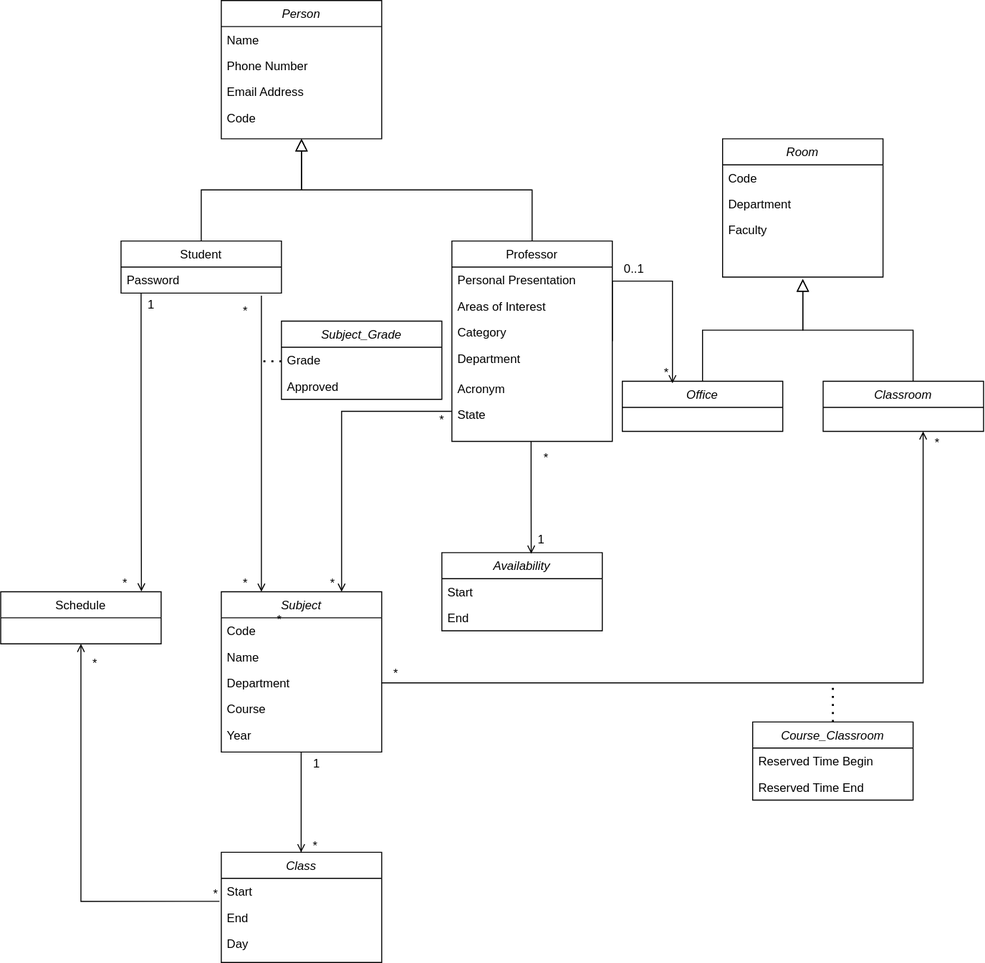
Above: docs/diagrams/SigarraIO_UML.svg in LEIC-ES-2021-22/2LEIC15T1 (draw.io), before the change. Source tidied: cells renumbered, new cells last; positions are measured from the earlier drawing's top-left corner, leaving out a move shared by most shapes.
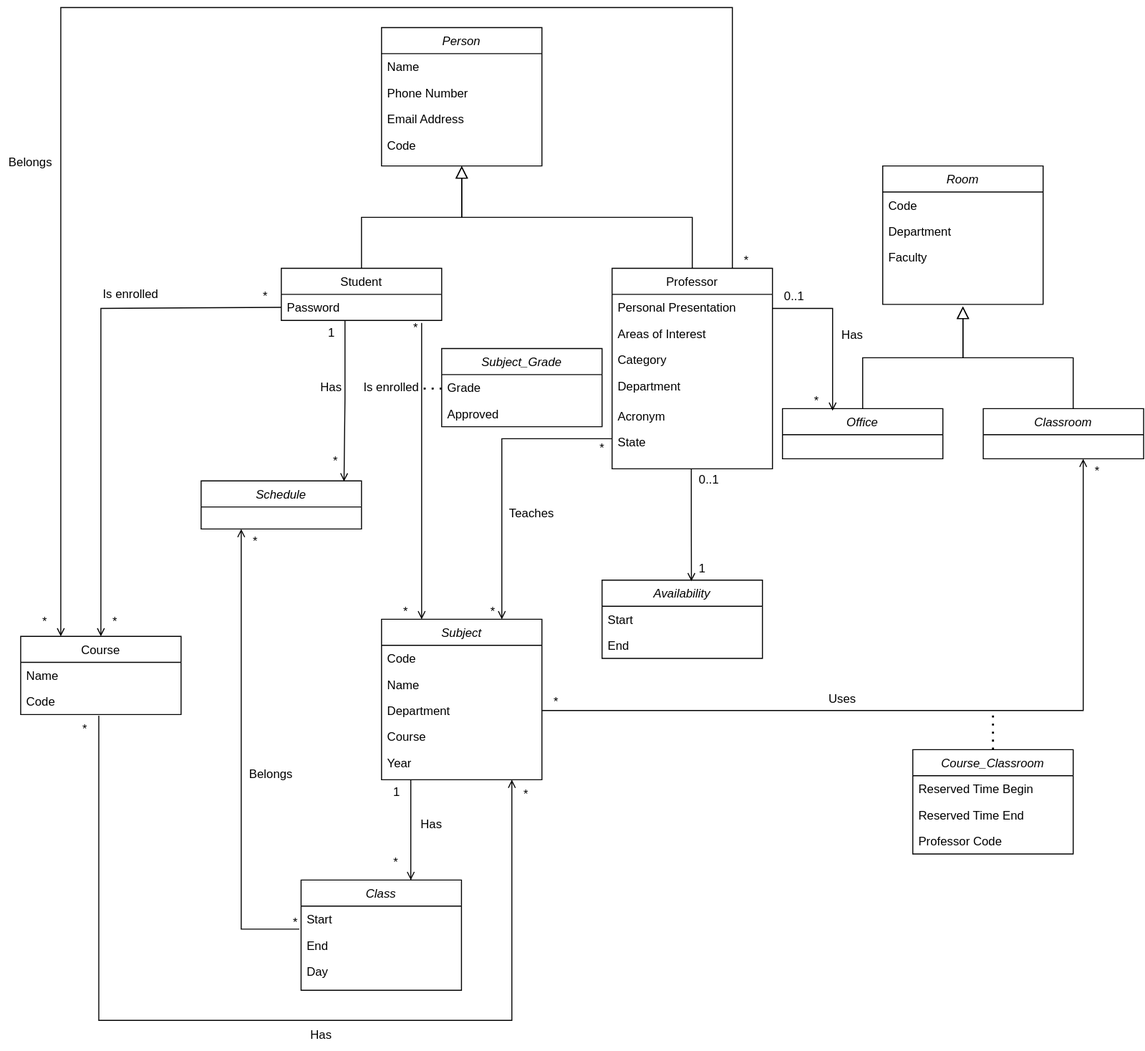
After the commit.

Change to the diagram source:
```diff
@@ -80,7 +80,7 @@
     </mxCell>
     <mxCell id="25" value="*" style="align=left;verticalAlign=bottom;labelBackgroundColor=none;fontSize=12;" parent="24" vertex="1">
       <mxGeometry x="-1" relative="1" as="geometry">
-        <mxPoint x="-20" y="24" as="offset" />
+        <mxPoint x="-10" y="13" as="offset" />
       </mxGeometry>
     </mxCell>
     <mxCell id="26" value="*" style="align=left;verticalAlign=bottom;labelBackgroundColor=none;fontSize=12;" parent="1" vertex="1">
@@ -92,8 +92,9 @@
     <mxCell id="28" value="Office&#10;" style="swimlane;fontStyle=2;align=center;verticalAlign=top;horizontal=1;startSize=26;rounded=0;shadow=0;strokeWidth=1;" parent="1" vertex="1">
       <mxGeometry x="620" y="380" width="160" height="50" as="geometry" />
     </mxCell>
-    <mxCell id="29" style="endArrow=open;shadow=0;strokeWidth=1;rounded=0;endFill=1;edgeStyle=elbowEdgeStyle;elbow=vertical;entryX=0;entryY=0.923;entryDx=0;entryDy=0;entryPerimeter=0;exitX=1;exitY=0.5;exitDx=0;exitDy=0;" parent="28" edge="1" source="10">
+    <mxCell id="29" style="endArrow=open;shadow=0;strokeWidth=1;rounded=0;endFill=1;edgeStyle=elbowEdgeStyle;elbow=vertical;entryX=0;entryY=0.923;entryDx=0;entryDy=0;entryPerimeter=0;" parent="28" edge="1">
       <mxGeometry x="0.5" y="41" relative="1" as="geometry">
+        <mxPoint x="-10" y="-100" as="sourcePoint" />
         <mxPoint x="50" y="2" as="targetPoint" />
         <Array as="points">
           <mxPoint x="50" y="-100" />
@@ -101,11 +102,6 @@
         <mxPoint x="-40" y="32" as="offset" />
       </mxGeometry>
     </mxCell>
-    <mxCell id="30" value="*" style="align=left;verticalAlign=bottom;labelBackgroundColor=none;fontSize=12;direction=south;" parent="29" vertex="1">
-      <mxGeometry x="-1" relative="1" as="geometry">
-        <mxPoint x="-70" y="125" as="offset" />
-      </mxGeometry>
-    </mxCell>
     <mxCell id="31" value="0..1" style="align=left;verticalAlign=bottom;labelBackgroundColor=none;fontSize=12;" parent="1" vertex="1">
       <mxGeometry x="620" y="276" as="geometry" />
     </mxCell>
@@ -127,7 +123,7 @@
       </mxGeometry>
     </mxCell>
     <mxCell id="35" value="Course_Classroom" style="swimlane;fontStyle=2;align=center;verticalAlign=top;horizontal=1;startSize=26;rounded=0;shadow=0;strokeWidth=1;glass=0;" parent="1" vertex="1">
-      <mxGeometry x="750" y="720" width="160" height="78" as="geometry" />
+      <mxGeometry x="750" y="720" width="160" height="104" as="geometry" />
     </mxCell>
     <mxCell id="36" value="Reserved Time Begin&#10;" style="text;align=left;verticalAlign=top;spacingLeft=4;spacingRight=4;overflow=hidden;" parent="35" vertex="1">
       <mxGeometry y="26" width="160" height="26" as="geometry" />
@@ -135,6 +131,9 @@
     <mxCell id="37" value="Reserved Time End" style="text;align=left;verticalAlign=top;spacingLeft=4;spacingRight=4;overflow=hidden;" parent="35" vertex="1">
       <mxGeometry y="52" width="160" height="26" as="geometry" />
     </mxCell>
+    <mxCell id="77" value="Professor Code" style="text;align=left;verticalAlign=top;spacingLeft=4;spacingRight=4;overflow=hidden;rounded=0;shadow=0;html=0;" parent="35" vertex="1">
+      <mxGeometry y="78" width="160" height="26" as="geometry" />
+    </mxCell>
     <mxCell id="38" style="align=left;verticalAlign=bottom;labelBackgroundColor=none;fontSize=12;" parent="1" vertex="1">
       <mxGeometry x="350" y="770" as="geometry" />
     </mxCell>
@@ -155,14 +154,9 @@
     </mxCell>
     <mxCell id="43" value="*" style="align=left;verticalAlign=bottom;labelBackgroundColor=none;fontSize=12;" parent="42" vertex="1">
       <mxGeometry x="-1" relative="1" as="geometry">
-        <mxPoint x="131" y="-60" as="offset" />
+        <mxPoint x="121" y="-60" as="offset" />
       </mxGeometry>
     </mxCell>
-    <mxCell id="44" value="1" style="align=left;verticalAlign=bottom;labelBackgroundColor=none;fontSize=12;" parent="1" vertex="1">
-      <mxGeometry x="530" y="390" as="geometry">
-        <mxPoint x="4" y="156" as="offset" />
-      </mxGeometry>
-    </mxCell>
     <mxCell id="45" value="Classroom&#10;&#10;" style="swimlane;fontStyle=2;align=center;verticalAlign=top;horizontal=1;startSize=26;rounded=0;shadow=0;strokeWidth=1;" parent="1" vertex="1">
       <mxGeometry x="820.3" y="380" width="160" height="50" as="geometry" />
     </mxCell>
@@ -211,19 +205,19 @@
         <mxPoint x="-40" y="32" as="offset" />
       </mxGeometry>
     </mxCell>
-    <mxCell id="56" value="*" style="align=left;verticalAlign=bottom;labelBackgroundColor=none;fontSize=12;" parent="55" vertex="1">
-      <mxGeometry x="-1" relative="1" as="geometry">
-        <mxPoint x="-176" y="216" as="offset" />
-      </mxGeometry>
-    </mxCell>
-    <mxCell id="57" value="Schedule" style="swimlane;fontStyle=0;align=center;verticalAlign=top;horizontal=1;startSize=26;rounded=0;shadow=0;strokeWidth=1;" parent="1" vertex="1">
-      <mxGeometry y="590" width="160" height="52" as="geometry" />
+    <mxCell id="57" value="Course&#10;" style="swimlane;fontStyle=0;align=center;verticalAlign=top;horizontal=1;startSize=26;rounded=0;shadow=0;strokeWidth=1;" parent="1" vertex="1">
+      <mxGeometry x="-140" y="607" width="160" height="78" as="geometry" />
     </mxCell>
+    <mxCell id="78" value="Name" style="text;align=left;verticalAlign=top;spacingLeft=4;spacingRight=4;overflow=hidden;" parent="57" vertex="1">
+      <mxGeometry y="26" width="160" height="26" as="geometry" />
+    </mxCell>
+    <mxCell id="79" value="Code" style="text;align=left;verticalAlign=top;spacingLeft=4;spacingRight=4;overflow=hidden;points=[[0,0.5],[1,0.5]];portConstraint=eastwest;rounded=0;shadow=0;html=0;" parent="57" vertex="1">
+      <mxGeometry y="52" width="160" height="26" as="geometry" />
+    </mxCell>
-    <mxCell id="58" style="endArrow=open;shadow=0;strokeWidth=1;rounded=0;endFill=1;edgeStyle=elbowEdgeStyle;elbow=vertical;entryX=0.877;entryY=-0.007;entryDx=0;entryDy=0;entryPerimeter=0;exitX=0.125;exitY=1;exitDx=0;exitDy=0;exitPerimeter=0;" parent="1" edge="1" target="57">
+    <mxCell id="58" style="endArrow=open;shadow=0;strokeWidth=1;rounded=0;endFill=1;edgeStyle=elbowEdgeStyle;elbow=vertical;exitX=0;exitY=0.5;exitDx=0;exitDy=0;entryX=0.5;entryY=0;entryDx=0;entryDy=0;" parent="1" edge="1" source="8" target="57">
       <mxGeometry x="0.5" y="41" relative="1" as="geometry">
-        <mxPoint x="140" y="292" as="sourcePoint" />
         <Array as="points">
-          <mxPoint x="70" y="420" />
+          <mxPoint x="100" y="280" />
           <mxPoint x="140" y="440" />
           <mxPoint x="140" y="480" />
         </Array>
@@ -232,31 +226,31 @@
     </mxCell>
     <mxCell id="59" value="*" style="align=left;verticalAlign=bottom;labelBackgroundColor=none;fontSize=12;" parent="58" vertex="1">
       <mxGeometry x="-1" relative="1" as="geometry">
-        <mxPoint x="-20" y="298" as="offset" />
+        <mxPoint x="-30" y="241" as="offset" />
       </mxGeometry>
     </mxCell>
     <mxCell id="60" value="1" style="align=left;verticalAlign=bottom;labelBackgroundColor=none;fontSize=12;" parent="1" vertex="1">
-      <mxGeometry x="140" y="305" as="geometry">
+      <mxGeometry x="160" y="305" as="geometry">
         <mxPoint x="5" y="7" as="offset" />
       </mxGeometry>
     </mxCell>
     <mxCell id="61" style="endArrow=open;shadow=0;strokeWidth=1;rounded=0;endFill=1;edgeStyle=elbowEdgeStyle;elbow=vertical;" parent="1" edge="1">
       <mxGeometry x="0.5" y="41" relative="1" as="geometry">
-        <mxPoint x="299.7" y="850" as="sourcePoint" />
-        <mxPoint x="299.7" y="850" as="targetPoint" />
+        <mxPoint x="249.2" y="850" as="sourcePoint" />
+        <mxPoint x="249.2" y="850" as="targetPoint" />
         <Array as="points">
-          <mxPoint x="300" y="750" />
+          <mxPoint x="249.5" y="750" />
         </Array>
         <mxPoint x="-40" y="32" as="offset" />
       </mxGeometry>
     </mxCell>
     <mxCell id="62" value="*" style="align=left;verticalAlign=bottom;labelBackgroundColor=none;fontSize=12;" parent="61" vertex="1">
       <mxGeometry x="-1" relative="1" as="geometry">
-        <mxPoint x="10" y="2" as="offset" />
+        <mxPoint x="-19" y="-10" as="offset" />
       </mxGeometry>
     </mxCell>
     <mxCell id="63" value="Class" style="swimlane;fontStyle=2;align=center;verticalAlign=top;horizontal=1;startSize=26;rounded=0;shadow=0;strokeWidth=1;" parent="1" vertex="1">
-      <mxGeometry x="220" y="850" width="160" height="110" as="geometry" />
+      <mxGeometry x="139.7" y="850" width="160" height="110" as="geometry" />
     </mxCell>
     <mxCell id="64" value="Start" style="text;align=left;verticalAlign=top;spacingLeft=4;spacingRight=4;overflow=hidden;points=[[0,0.5],[1,0.5]];portConstraint=eastwest;" parent="63" vertex="1">
       <mxGeometry y="26" width="160" height="26" as="geometry" />
@@ -268,12 +262,12 @@
       <mxGeometry y="78" width="160" height="26" as="geometry" />
     </mxCell>
     <mxCell id="67" style="align=left;verticalAlign=bottom;labelBackgroundColor=none;fontSize=12;" parent="1" vertex="1">
-      <mxGeometry x="350" y="970" as="geometry" />
+      <mxGeometry x="269.7" y="970" as="geometry" />
     </mxCell>
     <mxCell id="68" value="1" style="align=left;verticalAlign=bottom;labelBackgroundColor=none;fontSize=12;" parent="1" vertex="1">
-      <mxGeometry x="310" y="770" as="geometry" />
+      <mxGeometry x="230" y="770" as="geometry" />
     </mxCell>
-    <mxCell id="69" style="endArrow=open;shadow=0;strokeWidth=1;rounded=0;endFill=1;edgeStyle=elbowEdgeStyle;elbow=vertical;entryX=0.5;entryY=1;entryDx=0;entryDy=0;exitX=-0.011;exitY=0.883;exitDx=0;exitDy=0;exitPerimeter=0;" parent="1" edge="1" source="64" target="57">
+    <mxCell id="69" style="endArrow=open;shadow=0;strokeWidth=1;rounded=0;endFill=1;edgeStyle=elbowEdgeStyle;elbow=vertical;exitX=-0.011;exitY=0.883;exitDx=0;exitDy=0;exitPerimeter=0;entryX=0.25;entryY=1;entryDx=0;entryDy=0;" parent="1" edge="1" source="64" target="85">
       <mxGeometry x="0.5" y="41" relative="1" as="geometry">
         <Array as="points">
           <mxPoint x="140" y="899" />
@@ -288,7 +282,7 @@
       </mxGeometry>
     </mxCell>
     <mxCell id="71" value="*" style="align=left;verticalAlign=bottom;labelBackgroundColor=none;fontSize=12;" parent="1" vertex="1">
-      <mxGeometry x="90" y="670" as="geometry" />
+      <mxGeometry x="170" y="440" as="geometry" />
     </mxCell>
     <mxCell id="72" value="Subject_Grade" style="swimlane;fontStyle=2;align=center;verticalAlign=top;horizontal=1;startSize=26;rounded=0;shadow=0;strokeWidth=1;glass=0;" parent="1" vertex="1">
       <mxGeometry x="280" y="320" width="160" height="78" as="geometry" />
@@ -310,5 +304,98 @@
         <mxPoint x="77" y="250" as="offset" />
       </mxGeometry>
     </mxCell>
+    <mxCell id="80" value="Uses" style="text;html=1;strokeColor=none;fillColor=none;align=center;verticalAlign=middle;whiteSpace=wrap;rounded=0;" parent="1" vertex="1">
+      <mxGeometry x="650" y="655" width="60" height="30" as="geometry" />
+    </mxCell>
+    <mxCell id="81" value="Has" style="text;html=1;strokeColor=none;fillColor=none;align=center;verticalAlign=middle;whiteSpace=wrap;rounded=0;" parent="1" vertex="1">
+      <mxGeometry x="239.7" y="780" width="60" height="30" as="geometry" />
+    </mxCell>
+    <mxCell id="82" value="Belongs" style="text;html=1;strokeColor=none;fillColor=none;align=center;verticalAlign=middle;whiteSpace=wrap;rounded=0;" parent="1" vertex="1">
+      <mxGeometry x="80" y="730" width="60" height="30" as="geometry" />
+    </mxCell>
+    <mxCell id="83" value="Has" style="text;html=1;strokeColor=none;fillColor=none;align=center;verticalAlign=middle;whiteSpace=wrap;rounded=0;" parent="1" vertex="1">
+      <mxGeometry x="140" y="344" width="60" height="30" as="geometry" />
+    </mxCell>
+    <mxCell id="84" value="Is enrolled" style="text;html=1;strokeColor=none;fillColor=none;align=center;verticalAlign=middle;whiteSpace=wrap;rounded=0;" parent="1" vertex="1">
+      <mxGeometry x="200" y="344" width="60" height="30" as="geometry" />
+    </mxCell>
+    <mxCell id="85" value="Schedule&#10;" style="swimlane;fontStyle=2;align=center;verticalAlign=top;horizontal=1;startSize=26;rounded=0;shadow=0;strokeWidth=1;" parent="1" vertex="1">
+      <mxGeometry x="40" y="452" width="160" height="48" as="geometry" />
+    </mxCell>
+    <mxCell id="86" style="endArrow=open;shadow=0;strokeWidth=1;rounded=0;endFill=1;edgeStyle=elbowEdgeStyle;elbow=vertical;exitX=0.397;exitY=0.993;exitDx=0;exitDy=0;exitPerimeter=0;entryX=0.891;entryY=0.011;entryDx=0;entryDy=0;entryPerimeter=0;" parent="1" edge="1" source="8" target="85">
+      <mxGeometry x="0.5" y="41" relative="1" as="geometry">
+        <Array as="points">
+          <mxPoint x="190" y="370" />
+        </Array>
+        <mxPoint x="-40" y="32" as="offset" />
+      </mxGeometry>
+    </mxCell>
+    <mxCell id="87" value="Is enrolled" style="text;html=1;strokeColor=none;fillColor=none;align=center;verticalAlign=middle;whiteSpace=wrap;rounded=0;" parent="1" vertex="1">
+      <mxGeometry x="-60" y="251" width="60" height="30" as="geometry" />
+    </mxCell>
+    <mxCell id="88" style="endArrow=open;shadow=0;strokeWidth=1;rounded=0;endFill=1;edgeStyle=elbowEdgeStyle;elbow=vertical;exitX=0.487;exitY=1.045;exitDx=0;exitDy=0;exitPerimeter=0;" parent="1" edge="1" source="79">
+      <mxGeometry x="0.5" y="41" relative="1" as="geometry">
+        <mxPoint x="350" y="750" as="targetPoint" />
+        <Array as="points">
+          <mxPoint x="200" y="990" />
+          <mxPoint x="20" y="1031" />
+          <mxPoint x="20" y="1071" />
+        </Array>
+        <mxPoint x="-40" y="32" as="offset" />
+      </mxGeometry>
+    </mxCell>
+    <mxCell id="89" value="*" style="align=left;verticalAlign=bottom;labelBackgroundColor=none;fontSize=12;" parent="88" vertex="1">
+      <mxGeometry x="-1" relative="1" as="geometry">
+        <mxPoint x="-18" y="21" as="offset" />
+      </mxGeometry>
+    </mxCell>
+    <mxCell id="90" value="*" style="align=left;verticalAlign=bottom;labelBackgroundColor=none;fontSize=12;" parent="1" vertex="1">
+      <mxGeometry x="360" y="772" as="geometry" />
+    </mxCell>
+    <mxCell id="91" style="endArrow=open;shadow=0;strokeWidth=1;rounded=0;endFill=1;edgeStyle=elbowEdgeStyle;elbow=vertical;entryX=0.25;entryY=0;entryDx=0;entryDy=0;exitX=0.75;exitY=0;exitDx=0;exitDy=0;" parent="1" edge="1" source="10" target="57">
+      <mxGeometry x="0.5" y="41" relative="1" as="geometry">
+        <Array as="points">
+          <mxPoint x="230" y="-20" />
+          <mxPoint x="-190" y="-40" />
+          <mxPoint x="10" y="-20" />
+          <mxPoint x="230" y="-20" />
+        </Array>
+        <mxPoint x="-40" y="32" as="offset" />
+      </mxGeometry>
+    </mxCell>
+    <mxCell id="92" value="*" style="align=left;verticalAlign=bottom;labelBackgroundColor=none;fontSize=12;" parent="1" vertex="1">
+      <mxGeometry x="-50" y="600" as="geometry" />
+    </mxCell>
+    <mxCell id="93" value="*" style="align=left;verticalAlign=bottom;labelBackgroundColor=none;fontSize=12;" parent="1" vertex="1">
+      <mxGeometry x="-120" y="600" as="geometry" />
+    </mxCell>
+    <mxCell id="94" value="*" style="align=left;verticalAlign=bottom;labelBackgroundColor=none;fontSize=12;" parent="1" vertex="1">
+      <mxGeometry x="580" y="240" as="geometry" />
+    </mxCell>
+    <mxCell id="95" value="*" style="align=left;verticalAlign=bottom;labelBackgroundColor=none;fontSize=12;" parent="1" vertex="1">
+      <mxGeometry x="100" y="276" as="geometry" />
+    </mxCell>
+    <mxCell id="96" value="Has" style="text;html=1;strokeColor=none;fillColor=none;align=center;verticalAlign=middle;whiteSpace=wrap;rounded=0;" parent="1" vertex="1">
+      <mxGeometry x="130" y="990" width="60" height="30" as="geometry" />
+    </mxCell>
+    <mxCell id="97" value="Belongs" style="text;html=1;strokeColor=none;fillColor=none;align=center;verticalAlign=middle;whiteSpace=wrap;rounded=0;" parent="1" vertex="1">
+      <mxGeometry x="-160" y="120" width="60" height="30" as="geometry" />
+    </mxCell>
+    <mxCell id="98" value="0..1" style="align=left;verticalAlign=bottom;labelBackgroundColor=none;fontSize=12;" parent="1" vertex="1">
+      <mxGeometry x="530" y="452" as="geometry">
+        <mxPoint x="5" y="7" as="offset" />
+      </mxGeometry>
+    </mxCell>
+    <mxCell id="44" value="1" style="align=left;verticalAlign=bottom;labelBackgroundColor=none;fontSize=12;" parent="1" vertex="1">
+      <mxGeometry x="530" y="540" as="geometry">
+        <mxPoint x="5" y="7" as="offset" />
+      </mxGeometry>
+    </mxCell>
+    <mxCell id="99" value="Has" style="text;html=1;strokeColor=none;fillColor=none;align=center;verticalAlign=middle;whiteSpace=wrap;rounded=0;" parent="1" vertex="1">
+      <mxGeometry x="660" y="292" width="60" height="30" as="geometry" />
+    </mxCell>
+    <mxCell id="100" value="Teaches" style="text;html=1;strokeColor=none;fillColor=none;align=center;verticalAlign=middle;whiteSpace=wrap;rounded=0;" parent="1" vertex="1">
+      <mxGeometry x="340" y="470" width="60" height="30" as="geometry" />
+    </mxCell>
   </root>
 </mxGraphModel>
```
